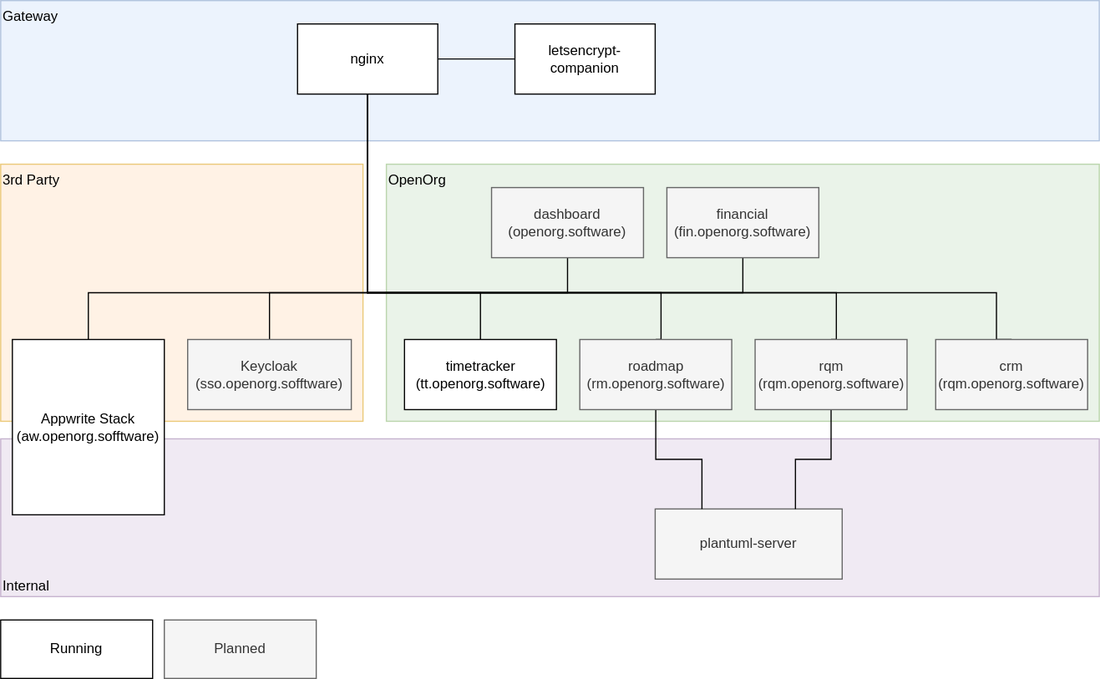
openorg-software/openorg-docker-compose keeps this draw.io diagram as .drawings/overview.svg. Above is the earlier version. Source tidied: cells renumbered, new cells last; positions are measured from the earlier drawing's top-left corner, leaving out a move shared by most shapes.
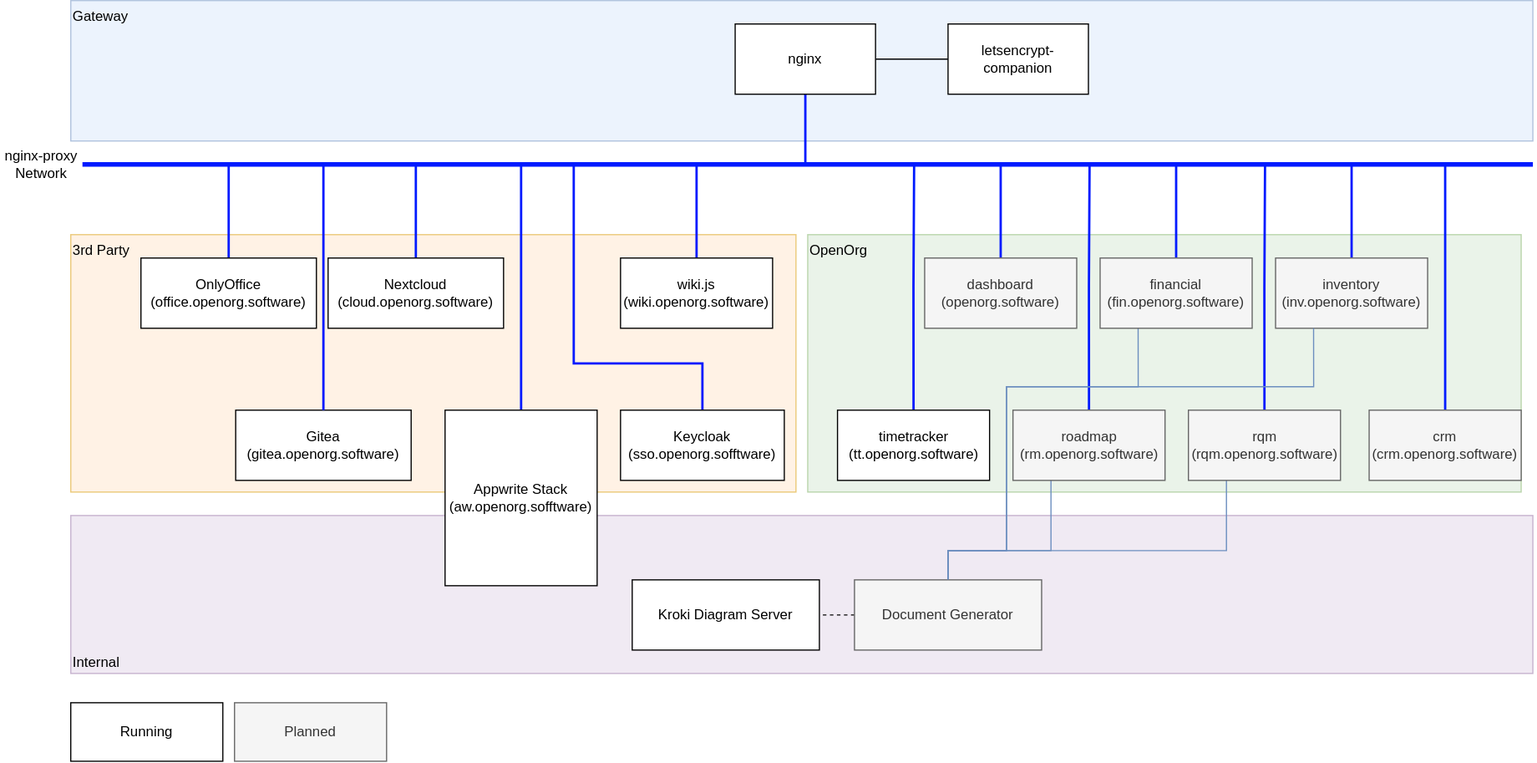
Later version of the same file.

Commit message:
update overview drawing

Change to the diagram source:
```diff
@@ -3,131 +3,201 @@
     <mxCell id="0" />
     <mxCell id="1" parent="0" />
     <mxCell id="2" value="Internal" style="rounded=0;whiteSpace=wrap;html=1;align=left;verticalAlign=bottom;opacity=50;fillColor=#e1d5e7;strokeColor=#9673a6;" parent="1" vertex="1">
-      <mxGeometry y="375" width="940" height="135" as="geometry" />
+      <mxGeometry x="210" y="370" width="1250" height="135" as="geometry" />
     </mxCell>
     <mxCell id="3" value="Gateway" style="rounded=0;whiteSpace=wrap;html=1;align=left;verticalAlign=top;fillColor=#dae8fc;strokeColor=#6c8ebf;opacity=50;" parent="1" vertex="1">
-      <mxGeometry width="940" height="120" as="geometry" />
+      <mxGeometry x="210" y="-70" width="1250" height="120" as="geometry" />
     </mxCell>
     <mxCell id="4" value="OpenOrg" style="rounded=0;whiteSpace=wrap;html=1;align=left;verticalAlign=top;opacity=50;fillColor=#d5e8d4;strokeColor=#82b366;" parent="1" vertex="1">
-      <mxGeometry x="330" y="140" width="610" height="220" as="geometry" />
+      <mxGeometry x="840" y="130" width="610" height="220" as="geometry" />
     </mxCell>
     <mxCell id="5" value="3rd Party" style="rounded=0;whiteSpace=wrap;html=1;align=left;verticalAlign=top;opacity=50;fillColor=#ffe6cc;strokeColor=#d79b00;" parent="1" vertex="1">
-      <mxGeometry y="140" width="310" height="220" as="geometry" />
+      <mxGeometry x="210" y="130" width="620" height="220" as="geometry" />
     </mxCell>
+    <mxCell id="30" style="edgeStyle=orthogonalEdgeStyle;rounded=0;jettySize=auto;html=1;exitX=0.5;exitY=0;exitDx=0;exitDy=0;endArrow=none;endFill=0;strokeColor=#001AFF;strokeWidth=2;" parent="1" edge="1" source="6">
+      <mxGeometry relative="1" as="geometry">
+        <mxPoint x="595" y="70" as="targetPoint" />
+      </mxGeometry>
+    </mxCell>
     <mxCell id="6" value="Appwrite Stack&lt;br&gt;(aw.openorg.sofftware)" style="rounded=0;whiteSpace=wrap;html=1;" parent="1" vertex="1">
-      <mxGeometry x="10" y="290" width="130" height="150" as="geometry" />
+      <mxGeometry x="530" y="280" width="130" height="150" as="geometry" />
     </mxCell>
+    <mxCell id="31" style="edgeStyle=orthogonalEdgeStyle;rounded=0;jettySize=auto;html=1;exitX=0.5;exitY=0;exitDx=0;exitDy=0;endArrow=none;endFill=0;strokeColor=#001AFF;strokeWidth=2;" parent="1" edge="1" source="7">
+      <mxGeometry relative="1" as="geometry">
+        <mxPoint x="931" y="70" as="targetPoint" />
+      </mxGeometry>
+    </mxCell>
     <mxCell id="7" value="timetracker&lt;br&gt;(tt.openorg.software)" style="rounded=0;whiteSpace=wrap;html=1;" parent="1" vertex="1">
-      <mxGeometry x="345.5" y="290" width="130" height="60" as="geometry" />
+      <mxGeometry x="865.5" y="280" width="130" height="60" as="geometry" />
     </mxCell>
     <mxCell id="8" style="edgeStyle=orthogonalEdgeStyle;rounded=0;jettySize=auto;html=1;exitX=1;exitY=0.5;exitDx=0;exitDy=0;entryX=0;entryY=0.5;entryDx=0;entryDy=0;endArrow=none;endFill=0;" parent="1" edge="1" source="17" target="18">
       <mxGeometry relative="1" as="geometry" />
     </mxCell>
-    <mxCell id="9" style="edgeStyle=orthogonalEdgeStyle;rounded=0;jettySize=auto;html=1;exitX=0.5;exitY=1;exitDx=0;exitDy=0;entryX=0.5;entryY=0;entryDx=0;entryDy=0;endArrow=none;endFill=0;" parent="1" edge="1" source="17" target="7">
-      <mxGeometry relative="1" as="geometry">
-        <Array as="points">
-          <mxPoint x="314" y="250" />
-          <mxPoint x="410" y="250" />
-        </Array>
-      </mxGeometry>
-    </mxCell>
-    <mxCell id="10" style="edgeStyle=orthogonalEdgeStyle;rounded=0;jettySize=auto;html=1;exitX=0.5;exitY=1;exitDx=0;exitDy=0;endArrow=none;endFill=0;entryX=0.5;entryY=0;entryDx=0;entryDy=0;" parent="1" edge="1" source="17" target="6">
-      <mxGeometry relative="1" as="geometry">
-        <Array as="points">
-          <mxPoint x="314" y="250" />
-          <mxPoint x="75" y="250" />
-        </Array>
-      </mxGeometry>
-    </mxCell>
-    <mxCell id="11" style="edgeStyle=orthogonalEdgeStyle;rounded=0;jettySize=auto;html=1;exitX=0.5;exitY=1;exitDx=0;exitDy=0;entryX=0.5;entryY=0;entryDx=0;entryDy=0;endArrow=none;endFill=0;" parent="1" edge="1" source="17" target="22">
-      <mxGeometry relative="1" as="geometry">
-        <Array as="points">
-          <mxPoint x="314" y="250" />
-          <mxPoint x="565" y="250" />
-          <mxPoint x="565" y="290" />
-        </Array>
-      </mxGeometry>
-    </mxCell>
-    <mxCell id="12" style="edgeStyle=orthogonalEdgeStyle;rounded=0;jettySize=auto;html=1;exitX=0.5;exitY=1;exitDx=0;exitDy=0;entryX=0.5;entryY=0;entryDx=0;entryDy=0;endArrow=none;endFill=0;" parent="1" edge="1" source="17" target="19">
-      <mxGeometry relative="1" as="geometry">
-        <Array as="points">
-          <mxPoint x="314" y="250" />
-          <mxPoint x="230" y="250" />
-        </Array>
-      </mxGeometry>
-    </mxCell>
-    <mxCell id="13" style="edgeStyle=orthogonalEdgeStyle;rounded=0;jettySize=auto;html=1;exitX=0.5;exitY=1;exitDx=0;exitDy=0;entryX=0.5;entryY=1;entryDx=0;entryDy=0;endArrow=none;endFill=0;" parent="1" edge="1" source="17" target="25">
-      <mxGeometry relative="1" as="geometry">
-        <Array as="points">
-          <mxPoint x="314" y="250" />
-          <mxPoint x="485" y="250" />
-        </Array>
-      </mxGeometry>
-    </mxCell>
-    <mxCell id="14" style="edgeStyle=orthogonalEdgeStyle;rounded=0;jettySize=auto;html=1;exitX=0.5;exitY=1;exitDx=0;exitDy=0;entryX=0.5;entryY=0;entryDx=0;entryDy=0;endArrow=none;endFill=0;" parent="1" edge="1" source="17" target="24">
-      <mxGeometry relative="1" as="geometry">
-        <Array as="points">
-          <mxPoint x="314" y="250" />
-          <mxPoint x="715" y="250" />
-          <mxPoint x="715" y="290" />
-        </Array>
-      </mxGeometry>
-    </mxCell>
-    <mxCell id="15" style="edgeStyle=orthogonalEdgeStyle;rounded=0;jettySize=auto;html=1;exitX=0.5;exitY=1;exitDx=0;exitDy=0;entryX=0.5;entryY=0;entryDx=0;entryDy=0;endArrow=none;endFill=0;" parent="1" edge="1" source="17" target="26">
-      <mxGeometry relative="1" as="geometry">
-        <Array as="points">
-          <mxPoint x="314" y="250" />
-          <mxPoint x="852" y="250" />
-          <mxPoint x="852" y="290" />
-        </Array>
-      </mxGeometry>
-    </mxCell>
-    <mxCell id="16" style="edgeStyle=orthogonalEdgeStyle;rounded=0;jettySize=auto;html=1;exitX=0.5;exitY=1;exitDx=0;exitDy=0;entryX=0.5;entryY=1;entryDx=0;entryDy=0;endArrow=none;endFill=0;" parent="1" edge="1" source="17" target="29">
-      <mxGeometry relative="1" as="geometry">
-        <Array as="points">
-          <mxPoint x="314" y="250" />
-          <mxPoint x="635" y="250" />
-        </Array>
-      </mxGeometry>
-    </mxCell>
+    <mxCell id="32" style="edgeStyle=orthogonalEdgeStyle;rounded=0;jettySize=auto;html=1;exitX=0.5;exitY=1;exitDx=0;exitDy=0;endArrow=none;endFill=0;strokeColor=#001AFF;strokeWidth=2;" parent="1" edge="1" source="17">
+      <mxGeometry relative="1" as="geometry">
+        <mxPoint x="838" y="70" as="targetPoint" />
+      </mxGeometry>
+    </mxCell>
     <mxCell id="17" value="nginx" style="rounded=0;whiteSpace=wrap;html=1;" parent="1" vertex="1">
-      <mxGeometry x="254" y="20" width="120" height="60" as="geometry" />
+      <mxGeometry x="778" y="-50" width="120" height="60" as="geometry" />
     </mxCell>
     <mxCell id="18" value="letsencrypt-companion" style="rounded=0;whiteSpace=wrap;html=1;" parent="1" vertex="1">
-      <mxGeometry x="440" y="20" width="120" height="60" as="geometry" />
+      <mxGeometry x="960" y="-50" width="120" height="60" as="geometry" />
     </mxCell>
+    <mxCell id="33" style="edgeStyle=orthogonalEdgeStyle;rounded=0;jettySize=auto;html=1;exitX=0.5;exitY=0;exitDx=0;exitDy=0;endArrow=none;endFill=0;strokeColor=#001AFF;strokeWidth=2;" parent="1" edge="1" source="19">
+      <mxGeometry relative="1" as="geometry">
+        <mxPoint x="640" y="70" as="targetPoint" />
+        <Array as="points">
+          <mxPoint x="750" y="240" />
+          <mxPoint x="640" y="240" />
+        </Array>
+      </mxGeometry>
+    </mxCell>
-    <mxCell id="19" value="Keycloak&lt;br&gt;(sso.openorg.sofftware)" style="rounded=0;whiteSpace=wrap;html=1;fillColor=#f5f5f5;strokeColor=#666666;fontColor=#333333;" parent="1" vertex="1">
-      <mxGeometry x="160" y="290" width="140" height="60" as="geometry" />
+    <mxCell id="19" value="Keycloak&lt;br&gt;(sso.openorg.sofftware)" style="rounded=0;whiteSpace=wrap;html=1;" parent="1" vertex="1">
+      <mxGeometry x="680" y="280" width="140" height="60" as="geometry" />
     </mxCell>
-    <mxCell id="20" value="plantuml-server" style="rounded=0;whiteSpace=wrap;html=1;fillColor=#f5f5f5;strokeColor=#666666;fontColor=#333333;" parent="1" vertex="1">
-      <mxGeometry x="560" y="435" width="160" height="60" as="geometry" />
+    <mxCell id="20" value="Kroki Diagram Server" style="rounded=0;whiteSpace=wrap;html=1;" parent="1" vertex="1">
+      <mxGeometry x="690" y="425" width="160" height="60" as="geometry" />
     </mxCell>
-    <mxCell id="21" style="edgeStyle=orthogonalEdgeStyle;rounded=0;jettySize=auto;html=1;exitX=0.5;exitY=1;exitDx=0;exitDy=0;entryX=0.25;entryY=0;entryDx=0;entryDy=0;endArrow=none;endFill=0;" parent="1" edge="1" source="22" target="20">
-      <mxGeometry relative="1" as="geometry" />
-    </mxCell>
+    <mxCell id="34" style="edgeStyle=orthogonalEdgeStyle;rounded=0;jettySize=auto;html=1;exitX=0.25;exitY=1;exitDx=0;exitDy=0;entryX=0.5;entryY=0;entryDx=0;entryDy=0;endArrow=none;endFill=0;fillColor=#dae8fc;strokeColor=#6c8ebf;" parent="1" edge="1" source="22" target="45">
+      <mxGeometry relative="1" as="geometry">
+        <Array as="points">
+          <mxPoint x="1048" y="400" />
+          <mxPoint x="960" y="400" />
+        </Array>
+      </mxGeometry>
+    </mxCell>
+    <mxCell id="35" style="edgeStyle=orthogonalEdgeStyle;rounded=0;jettySize=auto;html=1;exitX=0.5;exitY=0;exitDx=0;exitDy=0;endArrow=none;endFill=0;strokeColor=#001AFF;strokeWidth=2;" parent="1" edge="1" source="22">
+      <mxGeometry relative="1" as="geometry">
+        <mxPoint x="1081" y="70" as="targetPoint" />
+      </mxGeometry>
+    </mxCell>
     <mxCell id="22" value="roadmap&lt;br&gt;(rm.openorg.software)" style="rounded=0;whiteSpace=wrap;html=1;fillColor=#f5f5f5;strokeColor=#666666;fontColor=#333333;" parent="1" vertex="1">
-      <mxGeometry x="495.5" y="290" width="130" height="60" as="geometry" />
+      <mxGeometry x="1015.5" y="280" width="130" height="60" as="geometry" />
     </mxCell>
-    <mxCell id="23" style="edgeStyle=orthogonalEdgeStyle;rounded=0;jettySize=auto;html=1;exitX=0.5;exitY=1;exitDx=0;exitDy=0;entryX=0.75;entryY=0;entryDx=0;entryDy=0;endArrow=none;endFill=0;" parent="1" edge="1" source="24" target="20">
-      <mxGeometry relative="1" as="geometry" />
-    </mxCell>
+    <mxCell id="36" style="edgeStyle=orthogonalEdgeStyle;rounded=0;jettySize=auto;html=1;exitX=0.25;exitY=1;exitDx=0;exitDy=0;entryX=0.5;entryY=0;entryDx=0;entryDy=0;endArrow=none;endFill=0;fillColor=#dae8fc;strokeColor=#6c8ebf;" parent="1" edge="1" source="24" target="45">
+      <mxGeometry relative="1" as="geometry">
+        <Array as="points">
+          <mxPoint x="1198" y="400" />
+          <mxPoint x="960" y="400" />
+        </Array>
+      </mxGeometry>
+    </mxCell>
+    <mxCell id="37" style="edgeStyle=orthogonalEdgeStyle;rounded=0;jettySize=auto;html=1;exitX=0.5;exitY=0;exitDx=0;exitDy=0;endArrow=none;endFill=0;strokeColor=#001AFF;strokeWidth=2;" parent="1" edge="1" source="24">
+      <mxGeometry relative="1" as="geometry">
+        <mxPoint x="1231" y="70" as="targetPoint" />
+      </mxGeometry>
+    </mxCell>
     <mxCell id="24" value="rqm&lt;br&gt;(rqm.openorg.software)" style="rounded=0;whiteSpace=wrap;html=1;fillColor=#f5f5f5;strokeColor=#666666;fontColor=#333333;" parent="1" vertex="1">
-      <mxGeometry x="645.5" y="290" width="130" height="60" as="geometry" />
+      <mxGeometry x="1165.5" y="280" width="130" height="60" as="geometry" />
     </mxCell>
+    <mxCell id="38" style="edgeStyle=orthogonalEdgeStyle;rounded=0;jettySize=auto;html=1;exitX=0.5;exitY=0;exitDx=0;exitDy=0;endArrow=none;endFill=0;strokeColor=#001AFF;strokeWidth=2;" parent="1" edge="1" source="25">
+      <mxGeometry relative="1" as="geometry">
+        <mxPoint x="1005" y="70" as="targetPoint" />
+      </mxGeometry>
+    </mxCell>
     <mxCell id="25" value="dashboard&lt;br&gt;(openorg.software)" style="rounded=0;whiteSpace=wrap;html=1;sketch=0;glass=0;fillColor=#f5f5f5;strokeColor=#666666;fontColor=#333333;" parent="1" vertex="1">
-      <mxGeometry x="420" y="160" width="130" height="60" as="geometry" />
+      <mxGeometry x="940" y="150" width="130" height="60" as="geometry" />
     </mxCell>
+    <mxCell id="39" style="edgeStyle=orthogonalEdgeStyle;rounded=0;jettySize=auto;html=1;exitX=0.5;exitY=0;exitDx=0;exitDy=0;endArrow=none;endFill=0;strokeColor=#001AFF;strokeWidth=2;" parent="1" edge="1" source="26">
+      <mxGeometry relative="1" as="geometry">
+        <mxPoint x="1385" y="70" as="targetPoint" />
+      </mxGeometry>
+    </mxCell>
-    <mxCell id="26" value="crm&lt;br&gt;(rqm.openorg.software)" style="rounded=0;whiteSpace=wrap;html=1;fillColor=#f5f5f5;strokeColor=#666666;fontColor=#333333;" parent="1" vertex="1">
-      <mxGeometry x="800" y="290" width="130" height="60" as="geometry" />
+    <mxCell id="26" value="crm&lt;br&gt;(crm.openorg.software)" style="rounded=0;whiteSpace=wrap;html=1;fillColor=#f5f5f5;strokeColor=#666666;fontColor=#333333;" parent="1" vertex="1">
+      <mxGeometry x="1320" y="280" width="130" height="60" as="geometry" />
     </mxCell>
     <mxCell id="27" value="Running" style="rounded=0;whiteSpace=wrap;html=1;" parent="1" vertex="1">
-      <mxGeometry y="530" width="130" height="50" as="geometry" />
+      <mxGeometry x="210" y="530" width="130" height="50" as="geometry" />
     </mxCell>
     <mxCell id="28" value="Planned" style="rounded=0;whiteSpace=wrap;html=1;fillColor=#f5f5f5;strokeColor=#666666;fontColor=#333333;" parent="1" vertex="1">
-      <mxGeometry x="140" y="530" width="130" height="50" as="geometry" />
+      <mxGeometry x="350" y="530" width="130" height="50" as="geometry" />
     </mxCell>
+    <mxCell id="40" style="edgeStyle=orthogonalEdgeStyle;rounded=0;jettySize=auto;html=1;exitX=0.25;exitY=1;exitDx=0;exitDy=0;endArrow=none;endFill=0;fillColor=#dae8fc;strokeColor=#6c8ebf;entryX=0.5;entryY=0;entryDx=0;entryDy=0;" parent="1" edge="1" source="29" target="45">
+      <mxGeometry relative="1" as="geometry">
+        <Array as="points">
+          <mxPoint x="1122" y="260" />
+          <mxPoint x="1010" y="260" />
+          <mxPoint x="1010" y="400" />
+          <mxPoint x="960" y="400" />
+        </Array>
+      </mxGeometry>
+    </mxCell>
+    <mxCell id="41" style="edgeStyle=orthogonalEdgeStyle;rounded=0;jettySize=auto;html=1;exitX=0.5;exitY=0;exitDx=0;exitDy=0;endArrow=none;endFill=0;strokeColor=#001AFF;strokeWidth=2;" parent="1" edge="1" source="29">
+      <mxGeometry relative="1" as="geometry">
+        <mxPoint x="1155" y="70" as="targetPoint" />
+      </mxGeometry>
+    </mxCell>
     <mxCell id="29" value="financial&lt;br&gt;(fin.openorg.software)" style="rounded=0;whiteSpace=wrap;html=1;fillColor=#f5f5f5;strokeColor=#666666;fontColor=#333333;" parent="1" vertex="1">
-      <mxGeometry x="570" y="160" width="130" height="60" as="geometry" />
+      <mxGeometry x="1090" y="150" width="130" height="60" as="geometry" />
     </mxCell>
+    <mxCell id="42" style="edgeStyle=orthogonalEdgeStyle;rounded=0;jettySize=auto;html=1;exitX=0.5;exitY=0;exitDx=0;exitDy=0;endArrow=none;endFill=0;strokeColor=#001AFF;strokeWidth=2;" parent="1" edge="1" source="43">
+      <mxGeometry relative="1" as="geometry">
+        <mxPoint x="1305" y="70" as="targetPoint" />
+      </mxGeometry>
+    </mxCell>
+    <mxCell id="43" value="inventory&lt;br&gt;(inv.openorg.software)" style="rounded=0;whiteSpace=wrap;html=1;fillColor=#f5f5f5;strokeColor=#666666;fontColor=#333333;" parent="1" vertex="1">
+      <mxGeometry x="1240" y="150" width="130" height="60" as="geometry" />
+    </mxCell>
+    <mxCell id="44" style="edgeStyle=orthogonalEdgeStyle;rounded=0;jettySize=auto;html=1;exitX=0;exitY=0.5;exitDx=0;exitDy=0;entryX=1;entryY=0.5;entryDx=0;entryDy=0;endArrow=none;endFill=0;dashed=1;" parent="1" edge="1" source="45" target="20">
+      <mxGeometry relative="1" as="geometry" />
+    </mxCell>
+    <mxCell id="45" value="Document Generator" style="rounded=0;whiteSpace=wrap;html=1;fillColor=#f5f5f5;strokeColor=#666666;fontColor=#333333;" parent="1" vertex="1">
+      <mxGeometry x="880" y="425" width="160" height="60" as="geometry" />
+    </mxCell>
+    <mxCell id="46" style="edgeStyle=orthogonalEdgeStyle;rounded=0;jettySize=auto;html=1;exitX=0.5;exitY=0;exitDx=0;exitDy=0;endArrow=none;endFill=0;strokeColor=#001AFF;strokeWidth=2;" parent="1" edge="1" source="47">
+      <mxGeometry relative="1" as="geometry">
+        <mxPoint x="745" y="70" as="targetPoint" />
+      </mxGeometry>
+    </mxCell>
+    <mxCell id="47" value="wiki.js&lt;br&gt;(wiki.openorg.software)" style="rounded=0;whiteSpace=wrap;html=1;" parent="1" vertex="1">
+      <mxGeometry x="680" y="150" width="130" height="60" as="geometry" />
+    </mxCell>
+    <mxCell id="48" style="edgeStyle=orthogonalEdgeStyle;rounded=0;jettySize=auto;html=1;exitX=0.25;exitY=1;exitDx=0;exitDy=0;endArrow=none;endFill=0;fillColor=#dae8fc;strokeColor=#6c8ebf;entryX=0.5;entryY=0;entryDx=0;entryDy=0;" parent="1" edge="1" source="43" target="45">
+      <mxGeometry relative="1" as="geometry">
+        <Array as="points">
+          <mxPoint x="1273" y="260" />
+          <mxPoint x="1010" y="260" />
+          <mxPoint x="1010" y="400" />
+          <mxPoint x="960" y="400" />
+        </Array>
+      </mxGeometry>
+    </mxCell>
+    <mxCell id="49" style="edgeStyle=orthogonalEdgeStyle;rounded=0;jettySize=auto;html=1;exitX=0.5;exitY=0;exitDx=0;exitDy=0;strokeColor=#001AFF;strokeWidth=2;endArrow=none;endFill=0;" parent="1" edge="1" source="50">
+      <mxGeometry relative="1" as="geometry">
+        <mxPoint x="505" y="70" as="targetPoint" />
+        <Array as="points">
+          <mxPoint x="505" y="70" />
+        </Array>
+      </mxGeometry>
+    </mxCell>
+    <mxCell id="50" value="Nextcloud&lt;br&gt;(cloud.openorg.software)" style="rounded=0;whiteSpace=wrap;html=1;" parent="1" vertex="1">
+      <mxGeometry x="430" y="150" width="150" height="60" as="geometry" />
+    </mxCell>
+    <mxCell id="51" style="edgeStyle=orthogonalEdgeStyle;rounded=0;jettySize=auto;html=1;exitX=0.5;exitY=0;exitDx=0;exitDy=0;endArrow=none;endFill=0;strokeColor=#001AFF;strokeWidth=2;" parent="1" edge="1" source="52">
+      <mxGeometry relative="1" as="geometry">
+        <mxPoint x="345" y="70" as="targetPoint" />
+      </mxGeometry>
+    </mxCell>
+    <mxCell id="52" value="OnlyOffice&lt;br&gt;(office.openorg.software)" style="rounded=0;whiteSpace=wrap;html=1;" parent="1" vertex="1">
+      <mxGeometry x="270" y="150" width="150" height="60" as="geometry" />
+    </mxCell>
+    <mxCell id="53" style="endArrow=none;html=1;strokeWidth=4;strokeColor=#001AFF;" parent="1" edge="1">
+      <mxGeometry relative="1" as="geometry">
+        <mxPoint x="1460" y="70" as="sourcePoint" />
+        <mxPoint x="220" y="70" as="targetPoint" />
+      </mxGeometry>
+    </mxCell>
+    <mxCell id="54" value="nginx-proxy&lt;br&gt;Network" style="text;html=1;strokeColor=none;fillColor=none;align=center;verticalAlign=middle;whiteSpace=wrap;rounded=0;" parent="1" vertex="1">
+      <mxGeometry x="150" y="60" width="70" height="20" as="geometry" />
+    </mxCell>
+    <mxCell id="55" value="Gitea&lt;br&gt;(gitea.openorg.software)" style="rounded=0;whiteSpace=wrap;html=1;" parent="1" vertex="1">
+      <mxGeometry x="351" y="280" width="150" height="60" as="geometry" />
+    </mxCell>
+    <mxCell id="56" style="edgeStyle=orthogonalEdgeStyle;rounded=0;jettySize=auto;html=1;exitX=0.5;exitY=0;exitDx=0;exitDy=0;endArrow=none;endFill=0;strokeColor=#001AFF;strokeWidth=2;" parent="1" edge="1" source="55">
+      <mxGeometry relative="1" as="geometry">
+        <mxPoint x="426" y="71" as="targetPoint" />
+      </mxGeometry>
+    </mxCell>
   </root>
 </mxGraphModel>
```
